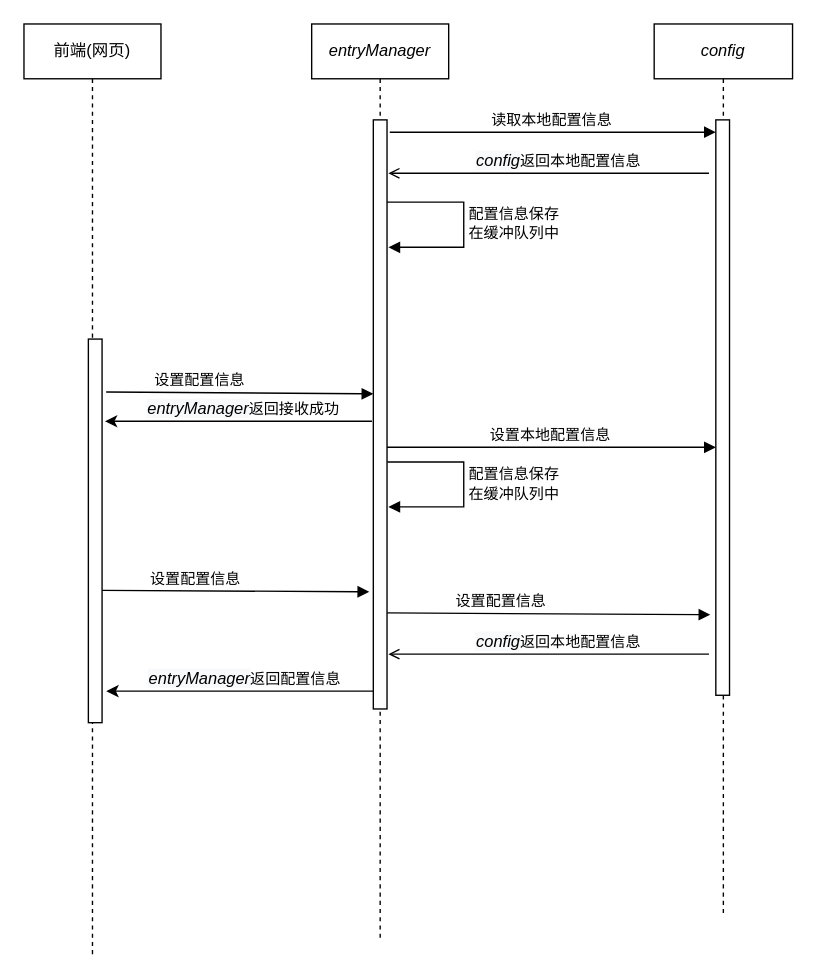
Above: 录播get模块.drawio in huangPeiLc/drawio (draw.io), before the change. Source tidied: cells renumbered, new cells numbered last; positions are measured from the earlier drawing's top-left corner, leaving out a move shared by most shapes. Both pictures are drawn from the tidied source at 137%, with x=0, y=0 at pixel (23, 23).
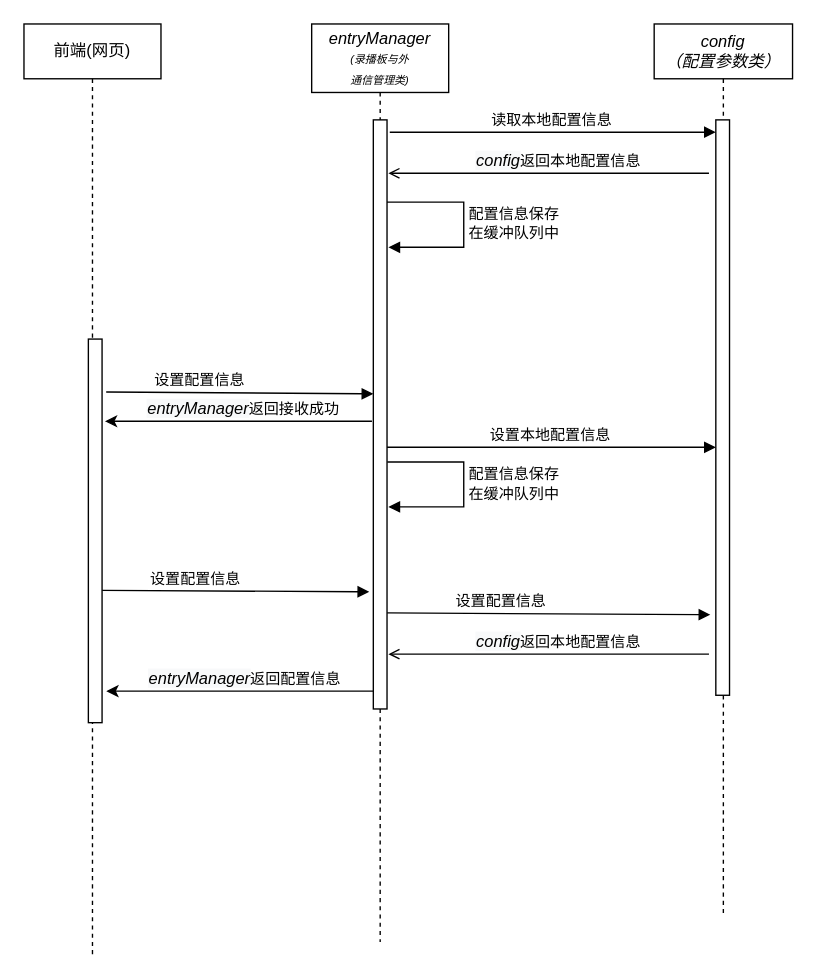
Above is the later version.

The edit, as a diff of the source:
```diff
@@
-    <mxCell id="4" value="&lt;i style=&quot;white-space: nowrap&quot;&gt;entryManager&lt;/i&gt;" style="shape=umlLifeline;perimeter=lifelinePerimeter;whiteSpace=wrap;html=1;" parent="1" vertex="1">
+    <mxCell id="4" value="&lt;i style=&quot;white-space: nowrap&quot;&gt;entryManager&lt;br&gt;&lt;font style=&quot;font-size: 8px&quot;&gt;(录播板与外&lt;br&gt;通信管理类)&lt;/font&gt;&lt;/i&gt;" style="shape=umlLifeline;perimeter=lifelinePerimeter;whiteSpace=wrap;html=1;size=50;" parent="1" vertex="1">
       <mxGeometry x="210" width="100" height="670" as="geometry" />
     </mxCell>
@@
-    <mxCell id="6" value="&lt;i style=&quot;white-space: nowrap&quot;&gt;config&lt;/i&gt;" style="shape=umlLifeline;perimeter=lifelinePerimeter;whiteSpace=wrap;html=1;" parent="1" vertex="1">
+    <mxCell id="6" value="&lt;i style=&quot;white-space: nowrap&quot;&gt;config&lt;br&gt;（配置参数类）&lt;br&gt;&lt;/i&gt;" style="shape=umlLifeline;perimeter=lifelinePerimeter;whiteSpace=wrap;html=1;" parent="1" vertex="1">
       <mxGeometry x="460" width="101" height="650" as="geometry" />
     </mxCell>
```
